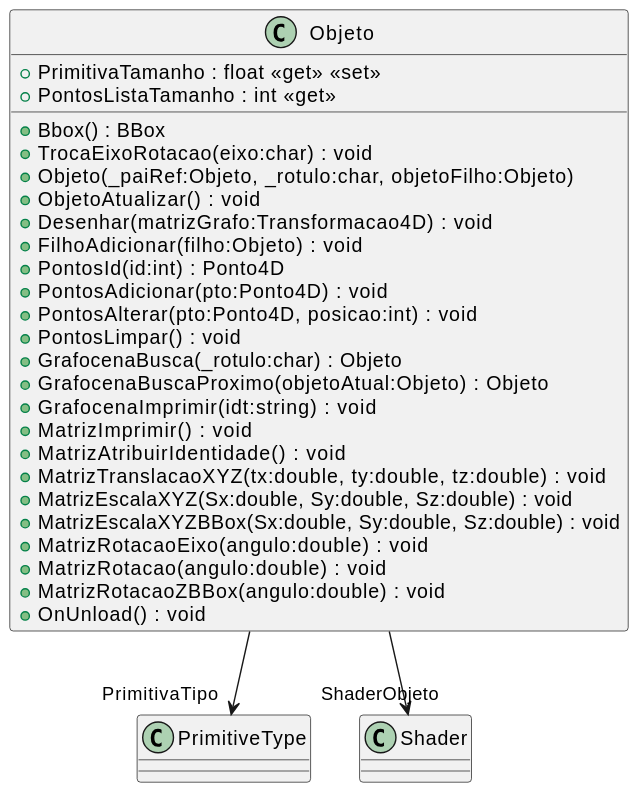
This is Unidade3/CG_N3_Exemplo/svg/plantuml/Objeto.svg from gcgfurb/disciplinaCg_2024-1_not_equipe-06, a PlantUML export, as it was before one commit.
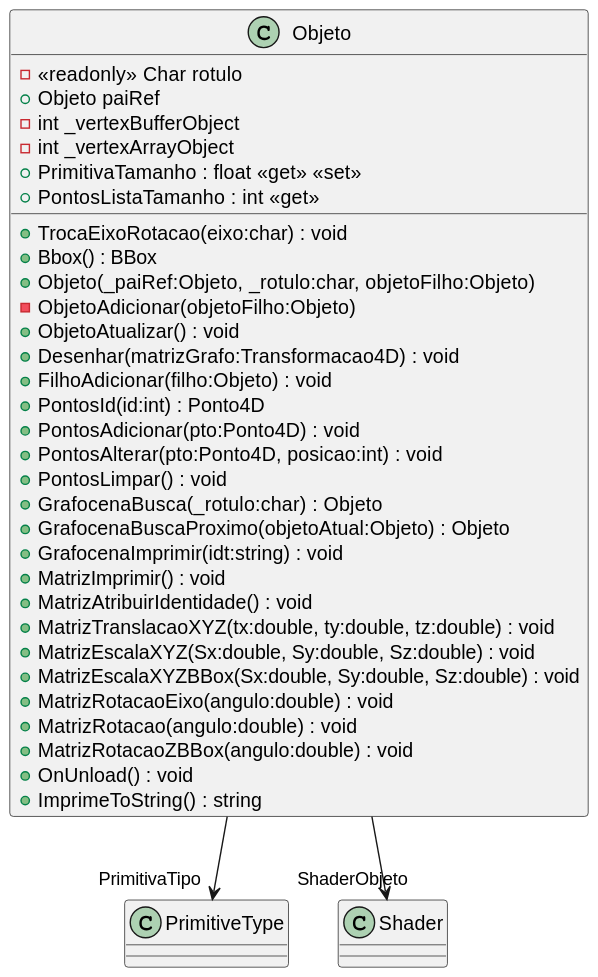
The same diagram one commit later.

The edit, as a diff of the source:
```diff
@@ -1,10 +1,15 @@
 @startuml
 class Objeto {
+    - <<readonly>> Char rotulo
+    + Objeto paiRef
+    - int _vertexBufferObject
+    - int _vertexArrayObject
     + PrimitivaTamanho : float <<get>> <<set>>
     + PontosListaTamanho : int <<get>>
+    + TrocaEixoRotacao(eixo:char) : void
     + Bbox() : BBox
-    + TrocaEixoRotacao(eixo:char) : void
     + Objeto(_paiRef:Objeto, _rotulo:char, objetoFilho:Objeto)
+    - ObjetoAdicionar(objetoFilho:Objeto)
     + ObjetoAtualizar() : void
     + Desenhar(matrizGrafo:Transformacao4D) : void
     + FilhoAdicionar(filho:Objeto) : void
@@ -24,6 +29,7 @@
     + MatrizRotacao(angulo:double) : void
     + MatrizRotacaoZBBox(angulo:double) : void
     + OnUnload() : void
+    + ImprimeToString() : string
 }
 Objeto --> "PrimitivaTipo" PrimitiveType
 Objeto --> "ShaderObjeto" Shader
```
